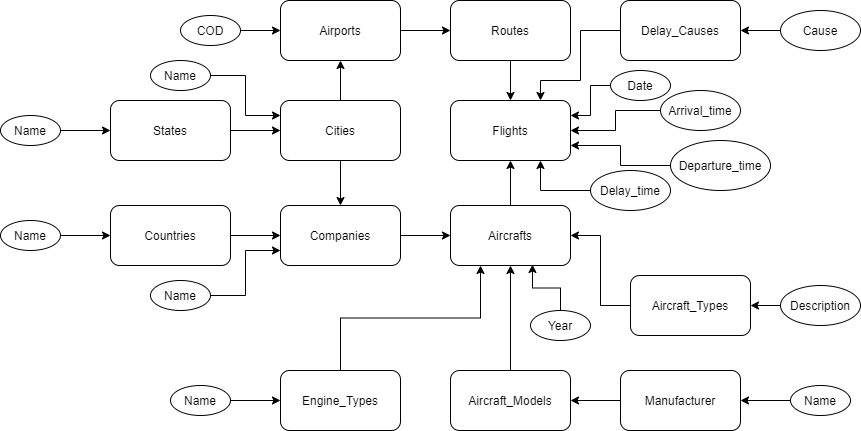
Above: TeX/Imagens/modelo conceitual.png in IgorMichels/Database (draw.io), before the change. Source tidied: cells renumbered, new cells last; positions are measured from the earlier drawing's top-left corner, leaving out a move shared by most shapes.
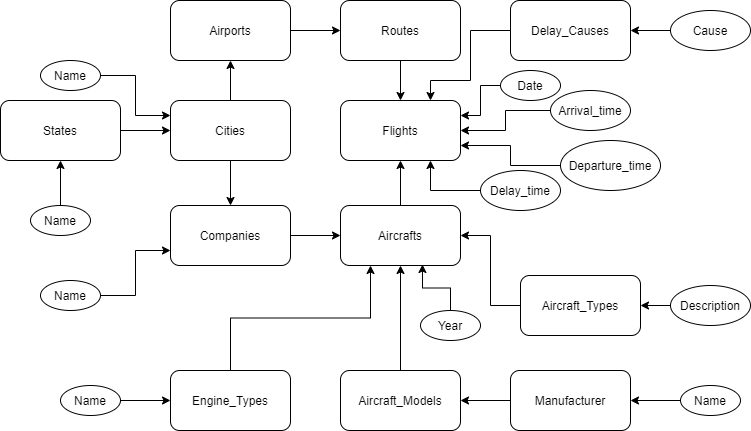
After the change.

What changed in the source:
```diff
@@ -8,12 +8,6 @@
     <mxCell id="3" value="Companies" style="rounded=1;whiteSpace=wrap;html=1;" parent="1" vertex="1">
       <mxGeometry x="280" y="205" width="120" height="60" as="geometry" />
     </mxCell>
-    <mxCell id="4" style="edgeStyle=orthogonalEdgeStyle;rounded=0;jettySize=auto;html=1;exitX=1;exitY=0.5;exitDx=0;exitDy=0;entryX=0;entryY=0.5;entryDx=0;entryDy=0;" parent="1" edge="1" source="5" target="3">
-      <mxGeometry relative="1" as="geometry" />
-    </mxCell>
-    <mxCell id="5" value="Countries" style="rounded=1;whiteSpace=wrap;html=1;" parent="1" vertex="1">
-      <mxGeometry x="110" y="205" width="120" height="60" as="geometry" />
-    </mxCell>
     <mxCell id="6" style="edgeStyle=orthogonalEdgeStyle;rounded=0;jettySize=auto;html=1;exitX=1;exitY=0.5;exitDx=0;exitDy=0;entryX=0;entryY=0.5;entryDx=0;entryDy=0;" parent="1" edge="1" source="7" target="9">
       <mxGeometry relative="1" as="geometry" />
     </mxCell>
@@ -86,17 +80,11 @@
     <mxCell id="27" value="Cities" style="rounded=1;whiteSpace=wrap;html=1;" parent="1" vertex="1">
       <mxGeometry x="280" y="100" width="120" height="60" as="geometry" />
     </mxCell>
-    <mxCell id="28" style="edgeStyle=orthogonalEdgeStyle;rounded=0;jettySize=auto;html=1;exitX=1;exitY=0.5;exitDx=0;exitDy=0;entryX=0;entryY=0.5;entryDx=0;entryDy=0;" parent="1" edge="1" source="29" target="5">
-      <mxGeometry relative="1" as="geometry" />
-    </mxCell>
-    <mxCell id="29" value="Name" style="ellipse;whiteSpace=wrap;html=1;" parent="1" vertex="1">
-      <mxGeometry y="220" width="60" height="30" as="geometry" />
-    </mxCell>
-    <mxCell id="30" style="edgeStyle=orthogonalEdgeStyle;rounded=0;jettySize=auto;html=1;exitX=1;exitY=0.5;exitDx=0;exitDy=0;entryX=0;entryY=0.5;entryDx=0;entryDy=0;" parent="1" edge="1" source="31" target="24">
+    <mxCell id="30" style="edgeStyle=orthogonalEdgeStyle;rounded=0;jettySize=auto;html=1;exitX=0.5;exitY=0;exitDx=0;exitDy=0;entryX=0.5;entryY=1;entryDx=0;entryDy=0;" parent="1" edge="1" source="31" target="24">
       <mxGeometry relative="1" as="geometry" />
     </mxCell>
     <mxCell id="31" value="Name" style="ellipse;whiteSpace=wrap;html=1;" parent="1" vertex="1">
-      <mxGeometry y="115" width="60" height="30" as="geometry" />
+      <mxGeometry x="140" y="205" width="60" height="30" as="geometry" />
     </mxCell>
     <mxCell id="32" style="edgeStyle=orthogonalEdgeStyle;rounded=0;jettySize=auto;html=1;exitX=1;exitY=0.5;exitDx=0;exitDy=0;entryX=0;entryY=0.25;entryDx=0;entryDy=0;" parent="1" edge="1" source="33" target="27">
       <mxGeometry relative="1" as="geometry" />
@@ -134,12 +122,6 @@
     <mxCell id="43" value="Description" style="ellipse;whiteSpace=wrap;html=1;" parent="1" vertex="1">
       <mxGeometry x="780" y="285" width="80" height="40" as="geometry" />
     </mxCell>
-    <mxCell id="44" style="edgeStyle=orthogonalEdgeStyle;rounded=0;jettySize=auto;html=1;" parent="1" edge="1" source="45" target="7">
-      <mxGeometry relative="1" as="geometry" />
-    </mxCell>
-    <mxCell id="45" value="COD" style="ellipse;whiteSpace=wrap;html=1;" parent="1" vertex="1">
-      <mxGeometry x="180" y="15" width="60" height="30" as="geometry" />
-    </mxCell>
     <mxCell id="46" style="edgeStyle=orthogonalEdgeStyle;rounded=0;jettySize=auto;html=1;" parent="1" edge="1" source="47" target="11">
       <mxGeometry relative="1" as="geometry" />
     </mxCell>
```
